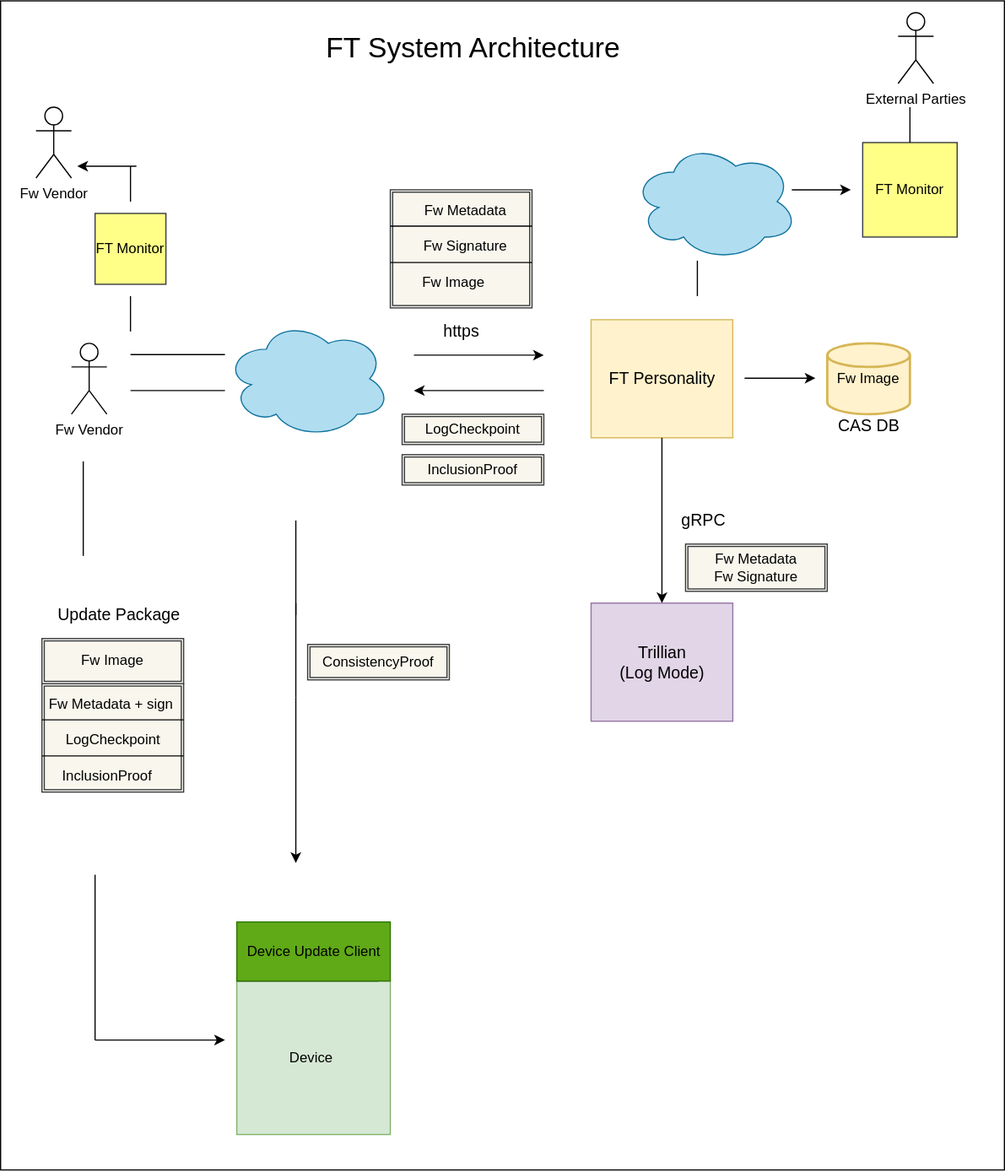
google/trillian-examples keeps this draw.io diagram as binary_transparency/firmware/docs/design/architecture.drawio.svg. Above is the earlier version. Source tidied: cells renumbered, new cells last; positions are measured from the earlier drawing's top-left corner, leaving out a move shared by most shapes.
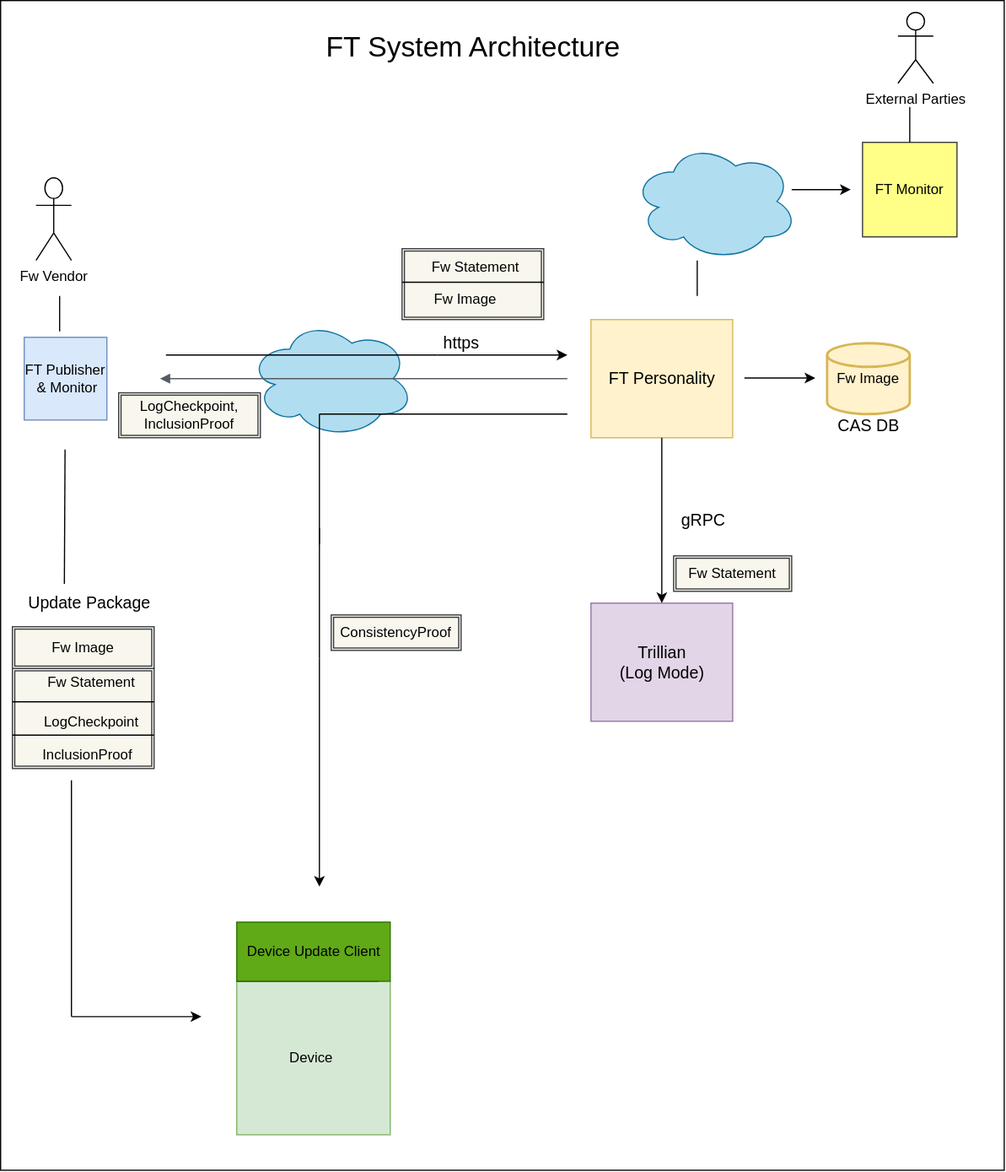
The same file after the commit.

Commit message:
Incorporated review comments

Change to the diagram source:
```diff
@@ -20,26 +20,23 @@
     <mxCell id="7" value="&lt;font style=&quot;font-size: 14px&quot;&gt;gRPC&lt;/font&gt;" style="text;html=1;align=center;verticalAlign=middle;fillColor=none;strokeColor=none;rounded=0;" parent="1" vertex="1">
       <mxGeometry x="570" y="430" width="50" height="20" as="geometry" />
     </mxCell>
-    <mxCell id="8" value="Fw Vendor" style="shape=umlActor;verticalLabelPosition=bottom;verticalAlign=top;html=1;" parent="1" vertex="1">
-      <mxGeometry x="60" y="290" width="30" height="60" as="geometry" />
-    </mxCell>
     <mxCell id="9" style="endArrow=classic;html=1;" parent="1" edge="1">
       <mxGeometry relative="1" as="geometry">
-        <mxPoint x="350" y="300" as="sourcePoint" />
-        <mxPoint x="460" y="300" as="targetPoint" />
+        <mxPoint x="370" y="300" as="sourcePoint" />
+        <mxPoint x="480" y="300" as="targetPoint" />
       </mxGeometry>
     </mxCell>
     <mxCell id="10" style="ellipse;shape=cloud;whiteSpace=wrap;html=1;strokeColor=#10739e;fillColor=#b1ddf0;" parent="1" vertex="1">
-      <mxGeometry x="190" y="270" width="140" height="100" as="geometry" />
+      <mxGeometry x="210" y="270" width="140" height="100" as="geometry" />
     </mxCell>
     <mxCell id="11" style="endArrow=none;html=1;" parent="1" edge="1">
       <mxGeometry relative="1" as="geometry">
-        <mxPoint x="110" y="299.5" as="sourcePoint" />
-        <mxPoint x="190" y="299.5" as="targetPoint" />
+        <mxPoint x="140" y="300" as="sourcePoint" />
+        <mxPoint x="370" y="300" as="targetPoint" />
       </mxGeometry>
     </mxCell>
     <mxCell id="12" value="&lt;font style=&quot;font-size: 14px&quot;&gt;https&lt;/font&gt;" style="text;html=1;align=center;verticalAlign=middle;fillColor=none;strokeColor=none;rounded=0;" parent="1" vertex="1">
-      <mxGeometry x="365" y="270" width="50" height="20" as="geometry" />
+      <mxGeometry x="365" y="280" width="50" height="20" as="geometry" />
     </mxCell>
     <mxCell id="13" value="Device&amp;nbsp;" style="whiteSpace=wrap;html=1;fillColor=#d5e8d4;strokeColor=#82b366;" parent="1" vertex="1">
       <mxGeometry x="200" y="830" width="130" height="130" as="geometry" />
@@ -53,18 +50,6 @@
         <mxPoint x="690" y="319.5" as="targetPoint" />
       </mxGeometry>
     </mxCell>
-    <mxCell id="16" style="endArrow=classic;html=1;" parent="1" edge="1">
-      <mxGeometry relative="1" as="geometry">
-        <mxPoint x="460" y="330" as="sourcePoint" />
-        <mxPoint x="350" y="330" as="targetPoint" />
-      </mxGeometry>
-    </mxCell>
-    <mxCell id="17" style="endArrow=none;html=1;" parent="1" edge="1">
-      <mxGeometry relative="1" as="geometry">
-        <mxPoint x="110" y="330" as="sourcePoint" />
-        <mxPoint x="190" y="330" as="targetPoint" />
-      </mxGeometry>
-    </mxCell>
     <mxCell id="18" style="ellipse;shape=cloud;whiteSpace=wrap;html=1;strokeColor=#10739e;fillColor=#b1ddf0;" parent="1" vertex="1">
       <mxGeometry x="535" y="120" width="140" height="100" as="geometry" />
     </mxCell>
@@ -77,84 +62,26 @@
         <mxPoint x="590" y="220" as="targetPoint" />
       </mxGeometry>
     </mxCell>
-    <mxCell id="21" style="group;" parent="1" vertex="1">
-      <mxGeometry x="35" y="540" width="120" height="130" as="geometry" />
-    </mxCell>
-    <mxCell id="22" style="shape=ext;double=1;rounded=0;whiteSpace=wrap;html=1;strokeColor=#36393d;fillColor=#f9f7ed;" parent="21" vertex="1">
-      <mxGeometry y="38.2" width="120" height="91.8" as="geometry" />
-    </mxCell>
-    <mxCell id="23" value="Fw Image" style="shape=ext;double=1;rounded=0;whiteSpace=wrap;html=1;strokeColor=#36393d;fillColor=#f9f7ed;" parent="21" vertex="1">
-      <mxGeometry width="120" height="38.2" as="geometry" />
-    </mxCell>
-    <mxCell id="24" value="Fw Metadata + sign&amp;nbsp;" style="text;html=1;align=center;verticalAlign=middle;fillColor=none;strokeColor=none;rounded=0;" parent="21" vertex="1">
-      <mxGeometry y="45.9" width="120" height="20" as="geometry" />
-    </mxCell>
-    <mxCell id="25" style="endArrow=none;html=1;entryX=1;entryY=0.25;entryDx=0;entryDy=0;" parent="21" edge="1">
-      <mxGeometry relative="1" as="geometry">
-        <mxPoint y="68.8" as="sourcePoint" />
-        <mxPoint x="120" y="68.8" as="targetPoint" />
-      </mxGeometry>
-    </mxCell>
-    <mxCell id="26" style="endArrow=none;html=1;entryX=1;entryY=0.25;entryDx=0;entryDy=0;" parent="21" edge="1">
-      <mxGeometry relative="1" as="geometry">
-        <mxPoint y="99.4" as="sourcePoint" />
-        <mxPoint x="120" y="99.4" as="targetPoint" />
-      </mxGeometry>
-    </mxCell>
-    <mxCell id="27" value="LogCheckpoint" style="text;html=1;align=center;verticalAlign=middle;fillColor=none;strokeColor=none;rounded=0;" parent="21" vertex="1">
-      <mxGeometry x="10" y="76.5" width="100" height="20" as="geometry" />
-    </mxCell>
-    <mxCell id="28" value="InclusionProof" style="text;html=1;align=center;verticalAlign=middle;fillColor=none;strokeColor=none;rounded=0;" parent="21" vertex="1">
-      <mxGeometry x="10" y="107.1" width="90" height="20" as="geometry" />
-    </mxCell>
     <mxCell id="29" value="&lt;font style=&quot;font-size: 14px&quot;&gt;Update Package&lt;/font&gt;" style="text;html=1;align=center;verticalAlign=middle;points=[];fillColor=none;strokeColor=none;rounded=0;" parent="1" vertex="1">
-      <mxGeometry x="40" y="510" width="120" height="20" as="geometry" />
+      <mxGeometry x="15" y="500" width="120" height="20" as="geometry" />
     </mxCell>
-    <mxCell id="30" style="endArrow=none;html=1;" parent="1" edge="1">
+    <mxCell id="30" style="endArrow=none;html=1;exitX=0.325;exitY=-0.317;exitDx=0;exitDy=0;exitPerimeter=0;" parent="1" edge="1" source="29">
       <mxGeometry relative="1" as="geometry">
-        <mxPoint x="70" y="470" as="sourcePoint" />
-        <mxPoint x="70" y="390" as="targetPoint" />
+        <mxPoint x="54.6" y="380" as="targetPoint" />
       </mxGeometry>
     </mxCell>
     <mxCell id="31" style="endArrow=classic;html=1;" parent="1" edge="1">
       <mxGeometry relative="1" as="geometry">
-        <mxPoint x="80" y="880" as="sourcePoint" />
-        <mxPoint x="190" y="880" as="targetPoint" />
+        <mxPoint x="60" y="860" as="sourcePoint" />
+        <mxPoint x="170" y="860" as="targetPoint" />
       </mxGeometry>
     </mxCell>
     <mxCell id="32" style="endArrow=none;html=1;" parent="1" edge="1">
       <mxGeometry relative="1" as="geometry">
-        <mxPoint x="80" y="880" as="sourcePoint" />
-        <mxPoint x="80" y="740" as="targetPoint" />
+        <mxPoint x="60" y="860" as="sourcePoint" />
+        <mxPoint x="60" y="660" as="targetPoint" />
       </mxGeometry>
     </mxCell>
-    <mxCell id="33" style="group;" parent="1" vertex="1">
-      <mxGeometry x="330" y="160" width="120" height="100" as="geometry" />
-    </mxCell>
-    <mxCell id="34" style="shape=ext;double=1;rounded=0;whiteSpace=wrap;html=1;strokeColor=#36393d;fillColor=#f9f7ed;" parent="33" vertex="1">
-      <mxGeometry width="120" height="100" as="geometry" />
-    </mxCell>
-    <mxCell id="35" style="endArrow=none;html=1;fillColor=none;" parent="33" edge="1">
-      <mxGeometry y="-23.1" as="geometry">
-        <mxPoint y="30.8" as="sourcePoint" />
-        <mxPoint x="120" y="30.8" as="targetPoint" />
-      </mxGeometry>
-    </mxCell>
-    <mxCell id="36" style="endArrow=none;html=1;fillColor=none;" parent="33" edge="1">
-      <mxGeometry y="7.7" as="geometry">
-        <mxPoint y="61.5" as="sourcePoint" />
-        <mxPoint x="120" y="61.5" as="targetPoint" />
-      </mxGeometry>
-    </mxCell>
-    <mxCell id="37" value="Fw Metadata&amp;nbsp;" style="text;html=1;align=center;verticalAlign=middle;fillColor=none;rounded=0;" parent="33" vertex="1">
-      <mxGeometry x="20" y="7.7" width="90" height="20" as="geometry" />
-    </mxCell>
-    <mxCell id="38" value="Fw Signature&amp;nbsp;" style="text;html=1;align=center;verticalAlign=middle;fillColor=none;rounded=0;" parent="33" vertex="1">
-      <mxGeometry x="20" y="38.5" width="90" height="20" as="geometry" />
-    </mxCell>
-    <mxCell id="39" value="Fw Image&amp;nbsp;" style="text;html=1;align=center;verticalAlign=middle;fillColor=none;rounded=0;" parent="33" vertex="1">
-      <mxGeometry x="20" y="69.2" width="70" height="20" as="geometry" />
-    </mxCell>
     <mxCell id="40" value="&lt;font style=&quot;font-size: 24px&quot;&gt;FT System Architecture&lt;/font&gt;" style="text;html=1;align=center;verticalAlign=middle;fillColor=none;strokeColor=none;rounded=0;strokeWidth=8;" parent="1" vertex="1">
       <mxGeometry x="270" y="30" width="260" height="20" as="geometry" />
     </mxCell>
@@ -176,27 +103,24 @@
     <mxCell id="43" style="rounded=0;whiteSpace=wrap;html=1;fillColor=#60a917;strokeColor=#2D7600;fontColor=#ffffff;" parent="1" vertex="1">
       <mxGeometry x="200" y="780" width="130" height="50" as="geometry" />
     </mxCell>
-    <mxCell id="44" value="ConsistencyProof" style="shape=ext;double=1;rounded=0;whiteSpace=wrap;html=1;strokeColor=#36393d;fillColor=#f9f7ed;" parent="1" vertex="1">
-      <mxGeometry x="260" y="545" width="120" height="30" as="geometry" />
-    </mxCell>
     <mxCell id="45" style="group;" parent="1" vertex="1">
-      <mxGeometry x="250" y="440" height="290" as="geometry" />
+      <mxGeometry x="270" y="350" height="400" as="geometry" />
     </mxCell>
     <mxCell id="46" style="endArrow=classic;html=1;exitX=0.5;exitY=1;exitDx=0;exitDy=0;entryX=0.5;entryY=0;entryDx=0;entryDy=0;" parent="45" edge="1">
       <mxGeometry relative="1" as="geometry">
-        <mxPoint y="150" as="sourcePoint" />
-        <mxPoint y="290" as="targetPoint" />
+        <mxPoint y="206.9" as="sourcePoint" />
+        <mxPoint y="400" as="targetPoint" />
       </mxGeometry>
     </mxCell>
     <mxCell id="47" style="endArrow=none;html=1;" parent="45" edge="1">
       <mxGeometry relative="1" as="geometry">
-        <mxPoint y="150" as="sourcePoint" />
-        <mxPoint y="70" as="targetPoint" />
+        <mxPoint y="206.9" as="sourcePoint" />
+        <mxPoint y="96.6" as="targetPoint" />
       </mxGeometry>
     </mxCell>
     <mxCell id="48" style="endArrow=none;html=1;" parent="45" edge="1">
       <mxGeometry relative="1" as="geometry">
-        <mxPoint y="80" as="sourcePoint" />
+        <mxPoint y="110.3" as="sourcePoint" />
         <mxPoint as="targetPoint" />
         <Array as="points">
           <mxPoint />
@@ -206,8 +130,8 @@
     <mxCell id="49" value="Device Update Client" style="text;html=1;align=center;verticalAlign=middle;fillColor=none;strokeColor=none;rounded=0;" parent="1" vertex="1">
       <mxGeometry x="200" y="795" width="130" height="20" as="geometry" />
     </mxCell>
-    <mxCell id="50" value="Fw Metadata&lt;br&gt;Fw Signature" style="shape=ext;double=1;rounded=0;whiteSpace=wrap;html=1;strokeColor=#36393d;fillColor=#f9f7ed;" parent="1" vertex="1">
-      <mxGeometry x="580" y="460" width="120" height="40" as="geometry" />
+    <mxCell id="50" value="ConsistencyProof" style="shape=ext;double=1;rounded=0;whiteSpace=wrap;html=1;strokeColor=#36393d;fillColor=#f9f7ed;" parent="1" vertex="1">
+      <mxGeometry x="280" y="520" width="110" height="30" as="geometry" />
     </mxCell>
     <mxCell id="51" value="External Parties" style="shape=umlActor;verticalLabelPosition=bottom;verticalAlign=top;html=1;" parent="1" vertex="1">
       <mxGeometry x="760" y="10" width="30" height="60" as="geometry" />
@@ -218,38 +142,83 @@
         <mxPoint x="770" y="90" as="targetPoint" />
       </mxGeometry>
     </mxCell>
-    <mxCell id="53" value="FT Monitor" style="whiteSpace=wrap;html=1;fillColor=#ffff88;strokeColor=#36393d;" parent="1" vertex="1">
-      <mxGeometry x="80" y="180" width="60" height="60" as="geometry" />
+    <mxCell id="53" value="FT Publisher&lt;br&gt;&amp;nbsp;&amp;amp; Monitor" style="whiteSpace=wrap;html=1;fillColor=#dae8fc;strokeColor=#6c8ebf;" parent="1" vertex="1">
+      <mxGeometry x="20" y="285" width="70" height="70" as="geometry" />
     </mxCell>
-    <mxCell id="54" value="Fw Vendor" style="shape=umlActor;verticalLabelPosition=bottom;verticalAlign=top;html=1;" parent="1" vertex="1">
-      <mxGeometry x="30" y="90" width="30" height="60" as="geometry" />
-    </mxCell>
-    <mxCell id="55" style="endArrow=none;html=1;" parent="1" edge="1">
-      <mxGeometry relative="1" as="geometry">
-        <mxPoint x="110" y="280" as="sourcePoint" />
-        <mxPoint x="110" y="250" as="targetPoint" />
-      </mxGeometry>
-    </mxCell>
-    <mxCell id="56" style="endArrow=none;html=1;" parent="1" edge="1">
-      <mxGeometry relative="1" as="geometry">
-        <mxPoint x="110" y="170" as="sourcePoint" />
-        <mxPoint x="110" y="140" as="targetPoint" />
-      </mxGeometry>
-    </mxCell>
-    <mxCell id="57" style="endArrow=classic;html=1;" parent="1" edge="1">
-      <mxGeometry relative="1" as="geometry">
-        <mxPoint x="115" y="140" as="sourcePoint" />
-        <mxPoint x="65" y="140" as="targetPoint" />
-      </mxGeometry>
-    </mxCell>
-    <mxCell id="58" style="group;" parent="1" vertex="1">
-      <mxGeometry x="340" y="350" width="120" height="60" as="geometry" />
-    </mxCell>
-    <mxCell id="59" value="LogCheckpoint" style="shape=ext;double=1;rounded=0;whiteSpace=wrap;html=1;strokeColor=#36393d;fillColor=#f9f7ed;" parent="58" vertex="1">
-      <mxGeometry width="120" height="25.7" as="geometry" />
-    </mxCell>
-    <mxCell id="60" value="InclusionProof" style="shape=ext;double=1;rounded=0;whiteSpace=wrap;html=1;strokeColor=#36393d;fillColor=#f9f7ed;" parent="58" vertex="1">
-      <mxGeometry y="34.3" width="120" height="25.7" as="geometry" />
-    </mxCell>
+    <mxCell id="61" value="Fw Vendor" style="shape=umlActor;verticalLabelPosition=bottom;verticalAlign=top;html=1;strokeColor=#000000;" parent="1" vertex="1">
+      <mxGeometry x="30" y="150" width="30" height="70" as="geometry" />
+    </mxCell>
+    <mxCell id="62" style="endArrow=none;html=1;" parent="1" edge="1">
+      <mxGeometry relative="1" as="geometry">
+        <mxPoint x="50" y="280" as="sourcePoint" />
+        <mxPoint x="50" y="250" as="targetPoint" />
+      </mxGeometry>
+    </mxCell>
+    <mxCell id="63" style="group;" parent="1" vertex="1">
+      <mxGeometry x="340" y="210" width="120" height="60" as="geometry" />
+    </mxCell>
+    <mxCell id="64" style="shape=ext;double=1;rounded=0;whiteSpace=wrap;html=1;strokeColor=#36393d;fillColor=#f9f7ed;" parent="63" vertex="1">
+      <mxGeometry width="120" height="60" as="geometry" />
+    </mxCell>
+    <mxCell id="65" style="endArrow=none;html=1;fillColor=none;" parent="63" edge="1">
+      <mxGeometry y="-4" as="geometry">
+        <mxPoint y="28.4" as="sourcePoint" />
+        <mxPoint x="120" y="28.4" as="targetPoint" />
+      </mxGeometry>
+    </mxCell>
+    <mxCell id="66" value="&amp;nbsp;Fw Statement&amp;nbsp;" style="text;html=1;align=center;verticalAlign=middle;fillColor=none;rounded=0;" parent="63" vertex="1">
+      <mxGeometry x="12" y="5.9" width="100" height="20" as="geometry" />
+    </mxCell>
+    <mxCell id="39" value="Fw Image&amp;nbsp;" style="text;html=1;align=center;verticalAlign=middle;fillColor=none;rounded=0;" parent="63" vertex="1">
+      <mxGeometry x="20" y="33" width="70" height="20" as="geometry" />
+    </mxCell>
+    <mxCell id="67" value="Fw Statement" style="shape=ext;double=1;rounded=0;whiteSpace=wrap;html=1;strokeColor=#36393d;fillColor=#f9f7ed;" parent="1" vertex="1">
+      <mxGeometry x="570" y="470" width="100" height="30" as="geometry" />
+    </mxCell>
+    <mxCell id="68" value="LogCheckpoint, InclusionProof" style="shape=ext;double=1;rounded=0;whiteSpace=wrap;html=1;strokeColor=#36393d;fillColor=#f9f7ed;" parent="1" vertex="1">
+      <mxGeometry x="100" y="332" width="120" height="38" as="geometry" />
+    </mxCell>
+    <mxCell id="69" style="group;" parent="1" vertex="1">
+      <mxGeometry x="10" y="530" width="120" height="120" as="geometry" />
+    </mxCell>
+    <mxCell id="70" style="shape=ext;double=1;rounded=0;whiteSpace=wrap;html=1;strokeColor=#36393d;fillColor=#f9f7ed;" parent="69" vertex="1">
+      <mxGeometry y="35.3" width="120" height="84.7" as="geometry" />
+    </mxCell>
+    <mxCell id="23" value="Fw Image" style="shape=ext;double=1;rounded=0;whiteSpace=wrap;html=1;strokeColor=#36393d;fillColor=#f9f7ed;" parent="69" vertex="1">
+      <mxGeometry width="120" height="35.3" as="geometry" />
+    </mxCell>
+    <mxCell id="71" style="endArrow=none;html=1;entryX=1;entryY=0.25;entryDx=0;entryDy=0;" parent="69" edge="1">
+      <mxGeometry as="geometry">
+        <mxPoint y="63.5" as="sourcePoint" />
+        <mxPoint x="120" y="63.5" as="targetPoint" />
+      </mxGeometry>
+    </mxCell>
+    <mxCell id="72" style="endArrow=none;html=1;entryX=1;entryY=0.25;entryDx=0;entryDy=0;" parent="69" edge="1">
+      <mxGeometry as="geometry">
+        <mxPoint y="91.8" as="sourcePoint" />
+        <mxPoint x="120" y="91.8" as="targetPoint" />
+      </mxGeometry>
+    </mxCell>
+    <mxCell id="73" value="&amp;nbsp; &amp;nbsp; LogCheckpoint" style="text;html=1;align=center;verticalAlign=middle;fillColor=none;strokeColor=none;rounded=0;" parent="69" vertex="1">
+      <mxGeometry x="5" y="70.6" width="110" height="20" as="geometry" />
+    </mxCell>
+    <mxCell id="74" value="&amp;nbsp; &amp;nbsp; &amp;nbsp;InclusionProof" style="text;html=1;align=center;verticalAlign=middle;fillColor=none;strokeColor=none;rounded=0;" parent="69" vertex="1">
+      <mxGeometry y="98.8" width="110" height="20" as="geometry" />
+    </mxCell>
+    <mxCell id="75" value="&amp;nbsp; &amp;nbsp; Fw Statement" style="text;html=1;align=center;verticalAlign=middle;fillColor=none;strokeColor=none;rounded=0;" parent="69" vertex="1">
+      <mxGeometry x="10" y="36.9" width="100" height="20" as="geometry" />
+    </mxCell>
+    <mxCell id="76" style="line;strokeWidth=1;html=1;" parent="1" vertex="1">
+      <mxGeometry x="270" y="345" width="210" height="10" as="geometry" />
+    </mxCell>
+    <mxCell id="77" style="edgeStyle=orthogonalEdgeStyle;html=1;endArrow=none;elbow=vertical;startArrow=block;startFill=1;strokeColor=#545B64;rounded=0;" parent="1" edge="1">
+      <mxGeometry relative="1" as="geometry">
+        <mxPoint x="135" y="320" as="sourcePoint" />
+        <mxPoint x="480" y="320" as="targetPoint" />
+        <Array as="points">
+          <mxPoint x="475" y="320" />
+        </Array>
+      </mxGeometry>
+    </mxCell>
   </root>
 </mxGraphModel>
```
